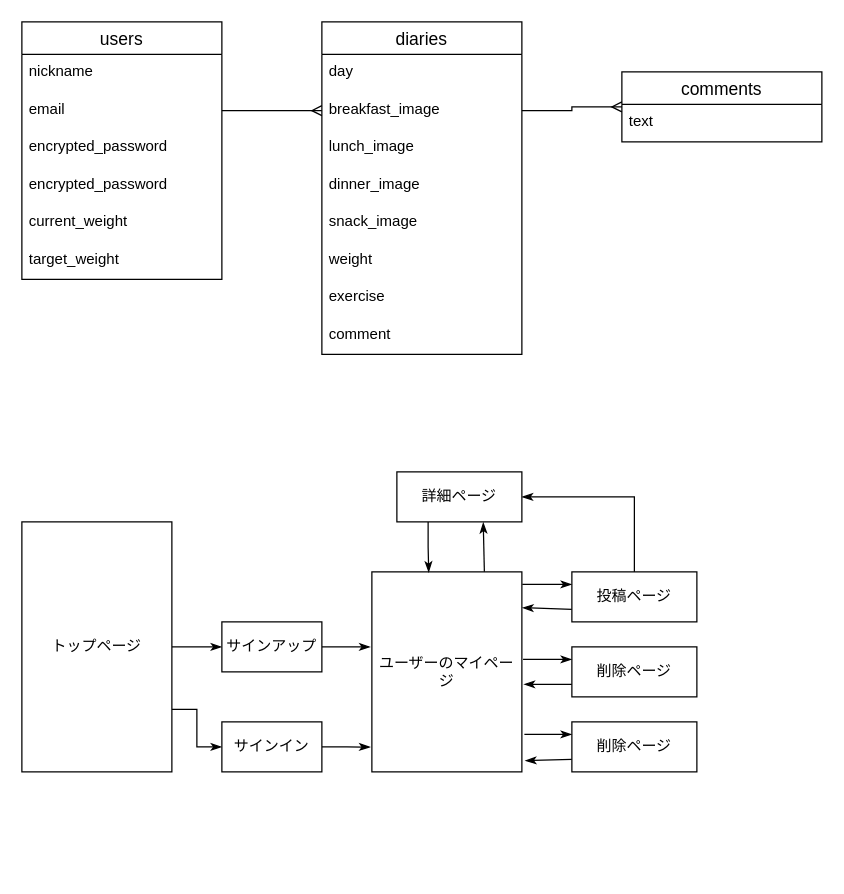
Earlier version of the draw.io diagram test.dio (yuki2216/diet_level_100). Source tidied: cells renumbered, new cells numbered last; positions are measured from the earlier drawing's top-left corner, leaving out a move shared by most shapes. Both pictures are drawn from the tidied source at 125%, with x=0, y=0 at pixel (21, 21).
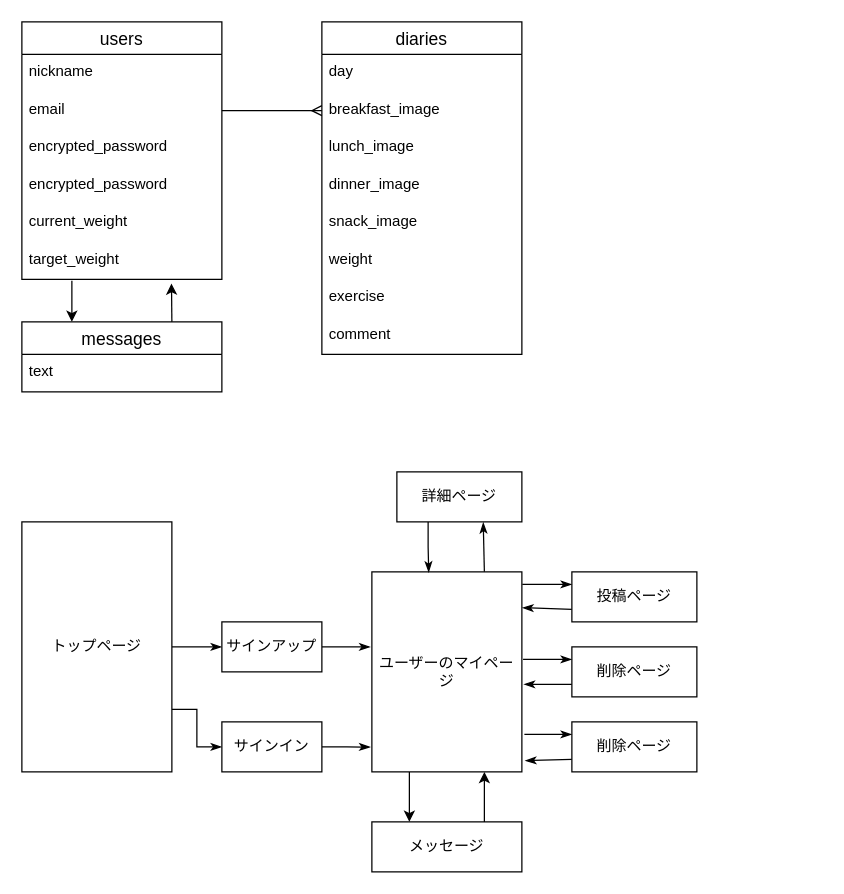
The same diagram, later.

Unchanged cells that the change refers to:
```xml
<mxCell id="8" value="target_weight" style="text;strokeColor=none;fillColor=none;spacingLeft=4;spacingRight=4;overflow=hidden;points=[[0,0.5],[1,0.5]];portConstraint=eastwest;fontSize=12;" parent="2" vertex="1">
  <mxGeometry y="176" width="160" height="30" as="geometry" />
</mxCell>
<mxCell id="11" value="breakfast_image" style="text;strokeColor=none;fillColor=none;spacingLeft=4;spacingRight=4;overflow=hidden;points=[[0,0.5],[1,0.5]];portConstraint=eastwest;fontSize=12;" parent="9" vertex="1">
  <mxGeometry y="56" width="160" height="30" as="geometry" />
</mxCell>
<mxCell id="31" value="投稿ページ" style="whiteSpace=wrap;html=1;align=center;" parent="1" vertex="1">
  <mxGeometry x="440" y="440" width="100" height="40" as="geometry" />
</mxCell>
<mxCell id="36" value="ユーザーのマイページ" style="whiteSpace=wrap;html=1;align=center;" parent="1" vertex="1">
  <mxGeometry x="280" y="440" width="120" height="160" as="geometry" />
</mxCell>
<mxCell id="43" value="詳細ページ" style="whiteSpace=wrap;html=1;align=center;" parent="1" vertex="1">
  <mxGeometry x="300" y="360" width="100" height="40" as="geometry" />
</mxCell>
```

Diff of the diagram source:
```diff
@@
-    <mxCell id="19" value="comments" style="swimlane;fontStyle=0;horizontal=1;startSize=26;align=center;fontSize=14;" parent="1" vertex="1">
-      <mxGeometry x="480" y="40" width="160" height="56" as="geometry" />
+    <mxCell id="19" value="messages" style="swimlane;fontStyle=0;horizontal=1;startSize=26;align=center;fontSize=14;" parent="1" vertex="1">
+      <mxGeometry y="240" width="160" height="56" as="geometry" />
     </mxCell>
@@
-    <mxCell id="29" style="edgeStyle=orthogonalEdgeStyle;rounded=0;jettySize=auto;html=1;exitX=0.5;exitY=0;exitDx=0;exitDy=0;entryX=1;entryY=0.5;entryDx=0;entryDy=0;endArrow=classicThin;endFill=1;" parent="1" edge="1" source="31" target="43">
-      <mxGeometry relative="1" as="geometry" />
-    </mxCell>
@@
-    <mxCell id="41" style="edgeStyle=orthogonalEdgeStyle;rounded=0;jettySize=auto;html=1;entryX=0;entryY=0.5;entryDx=0;entryDy=0;endArrow=ERmany;endFill=0;" parent="1" edge="1" source="11" target="19">
-      <mxGeometry relative="1" as="geometry" />
-    </mxCell>
@@
+    <mxCell id="44" value="メッセージ" style="whiteSpace=wrap;html=1;align=center;" parent="1" vertex="1">
+      <mxGeometry x="280" y="640" width="120" height="40" as="geometry" />
+    </mxCell>
+    <mxCell id="45" style="endArrow=classic;html=1;exitX=0.75;exitY=0;exitDx=0;exitDy=0;entryX=0.75;entryY=1;entryDx=0;entryDy=0;" parent="1" edge="1" source="44" target="36">
+      <mxGeometry relative="1" as="geometry" />
+    </mxCell>
+    <mxCell id="46" style="endArrow=classic;html=1;exitX=0.25;exitY=1;exitDx=0;exitDy=0;entryX=0.25;entryY=0;entryDx=0;entryDy=0;" parent="1" edge="1" source="36" target="44">
+      <mxGeometry relative="1" as="geometry" />
+    </mxCell>
+    <mxCell id="47" style="endArrow=classic;html=1;exitX=0.75;exitY=0;exitDx=0;exitDy=0;entryX=0.748;entryY=1.111;entryDx=0;entryDy=0;entryPerimeter=0;" parent="1" edge="1" source="19" target="8">
+      <mxGeometry relative="1" as="geometry" />
+    </mxCell>
+    <mxCell id="48" style="endArrow=classic;html=1;entryX=0.25;entryY=0;entryDx=0;entryDy=0;" parent="1" edge="1" target="19">
+      <mxGeometry relative="1" as="geometry">
+        <mxPoint x="40" y="207" as="sourcePoint" />
+      </mxGeometry>
+    </mxCell>
```
